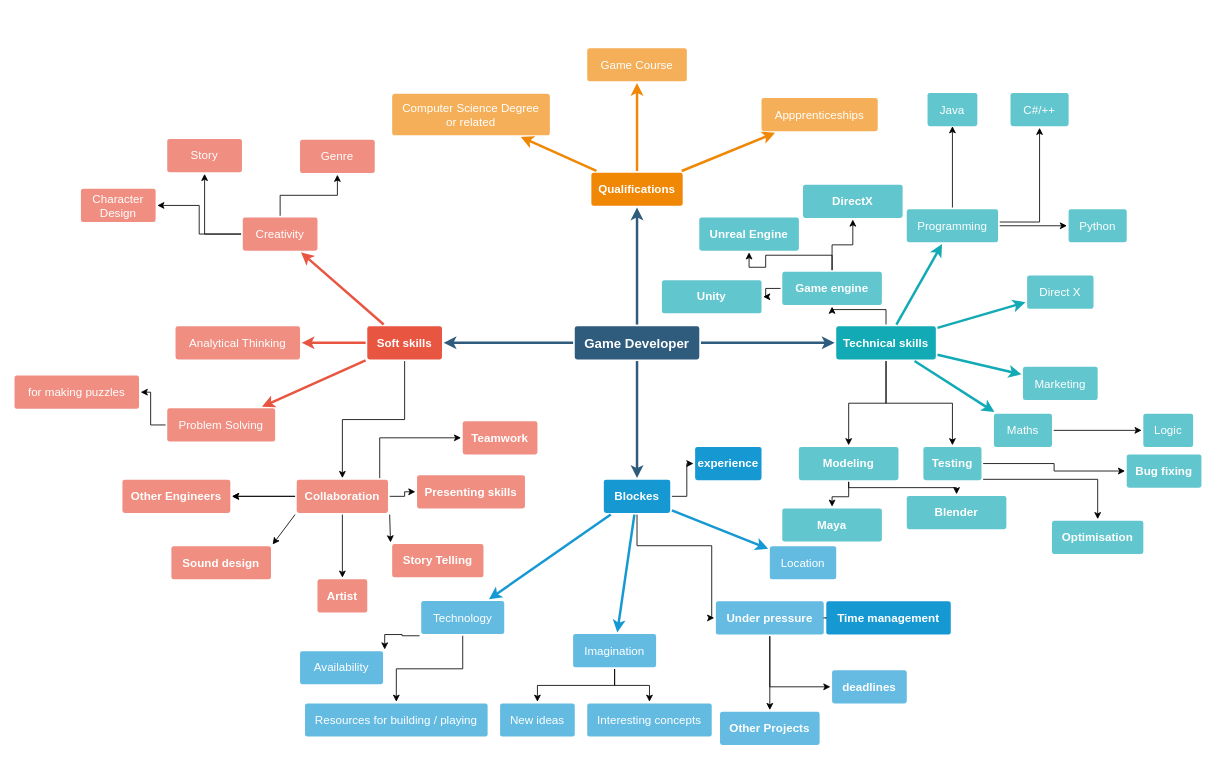
Earlier version of the draw.io diagram Week 8.drawio (luotn/CN6007). Source tidied: cells renumbered, new cells numbered last; positions are measured from the earlier drawing's top-left corner, leaving out a move shared by most shapes. Both pictures are drawn from the tidied source at 83%, with x=0, y=0 at pixel (14, 47).
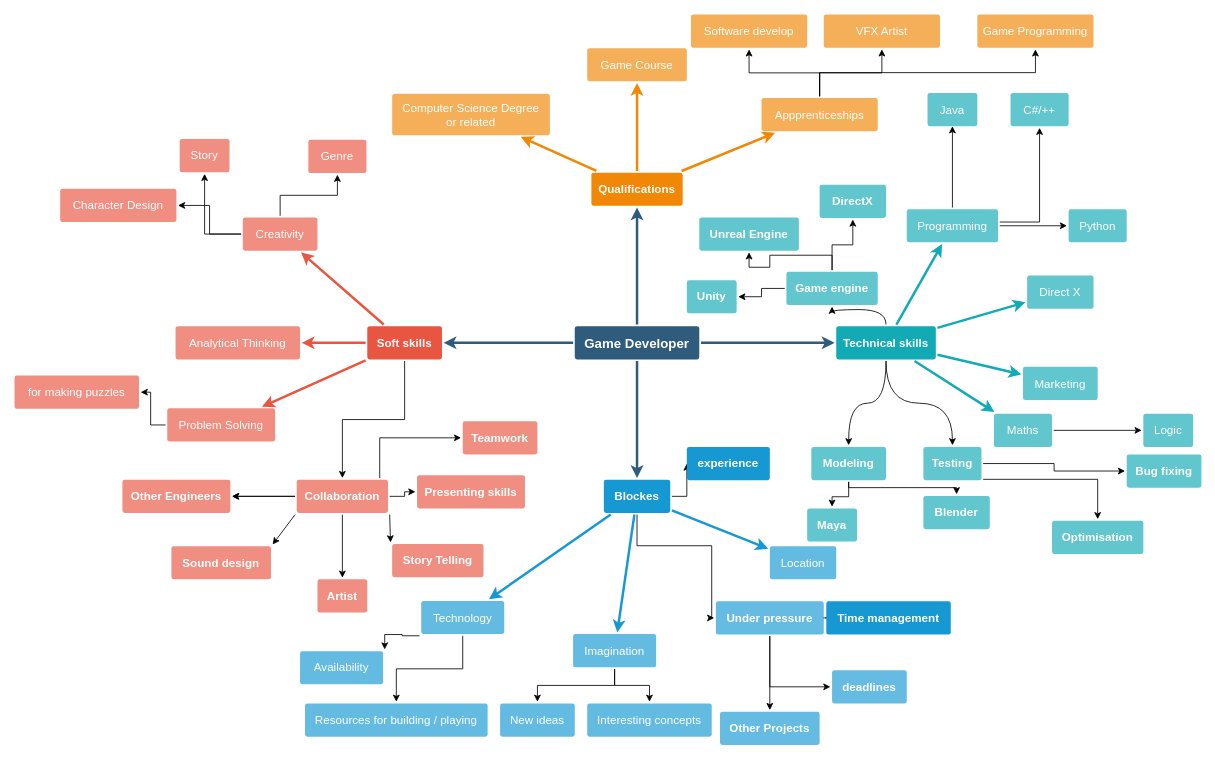
Above is the later version.

The change refers to these unchanged cells:
```xml
<mxCell id="33" value="Appprenticeships" style="rounded=1;whiteSpace=wrap;html=1;shadow=0;labelBackgroundColor=none;strokeColor=none;strokeWidth=3;fillColor=#f5af58;fontFamily=Helvetica;fontSize=14;fontColor=#FFFFFF;align=center;spacing=5;arcSize=7;perimeterSpacing=2;" parent="1" vertex="1">
  <mxGeometry x="900" y="60.5" width="140" height="40" as="geometry" />
</mxCell>
<mxCell id="42" value="Technical skills" style="rounded=1;whiteSpace=wrap;html=1;shadow=0;labelBackgroundColor=none;strokeColor=none;strokeWidth=3;fillColor=#12aab5;fontFamily=Helvetica;fontSize=14;fontColor=#FFFFFF;align=center;spacing=5;fontStyle=1;arcSize=7;perimeterSpacing=2;" parent="1" vertex="1">
  <mxGeometry x="990" y="335.5" width="120" height="40" as="geometry" />
</mxCell>
<mxCell id="76" value="Testing" style="rounded=1;whiteSpace=wrap;html=1;shadow=0;labelBackgroundColor=none;strokeColor=none;strokeWidth=3;fillColor=#61c6ce;fontFamily=Helvetica;fontSize=14;fontColor=#FFFFFF;align=center;spacing=5;fontStyle=1;arcSize=7;perimeterSpacing=2;" parent="1" vertex="1">
  <mxGeometry x="1095" y="481" width="70" height="40" as="geometry" />
</mxCell>
```

Change to the diagram source:
```diff
@@
+    <mxCell id="106" style="edgeStyle=orthogonalEdgeStyle;rounded=0;jettySize=auto;html=1;" parent="1" edge="1" source="33" target="109">
+      <mxGeometry relative="1" as="geometry" />
+    </mxCell>
+    <mxCell id="107" style="edgeStyle=orthogonalEdgeStyle;rounded=0;jettySize=auto;html=1;" parent="1" edge="1" source="33" target="110">
+      <mxGeometry relative="1" as="geometry" />
+    </mxCell>
+    <mxCell id="108" style="edgeStyle=orthogonalEdgeStyle;rounded=0;jettySize=auto;html=1;" parent="1" edge="1" source="33" target="111">
+      <mxGeometry relative="1" as="geometry">
+        <Array as="points">
+          <mxPoint x="970" y="30" />
+          <mxPoint x="1230" y="30" />
+        </Array>
+      </mxGeometry>
+    </mxCell>
@@
-    <mxCell id="39" style="edgeStyle=orthogonalEdgeStyle;rounded=0;jettySize=auto;html=1;" parent="1" edge="1" source="42" target="76">
+    <mxCell id="39" style="edgeStyle=orthogonalEdgeStyle;rounded=0;jettySize=auto;html=1;curved=1;" parent="1" edge="1" source="42" target="76">
       <mxGeometry relative="1" as="geometry" />
     </mxCell>
-    <mxCell id="40" style="edgeStyle=orthogonalEdgeStyle;rounded=0;jettySize=auto;html=1;" parent="1" edge="1" source="42" target="94">
+    <mxCell id="40" style="edgeStyle=orthogonalEdgeStyle;rounded=0;jettySize=auto;html=1;curved=1;" parent="1" edge="1" source="42" target="94">
       <mxGeometry relative="1" as="geometry" />
     </mxCell>
-    <mxCell id="41" style="edgeStyle=orthogonalEdgeStyle;rounded=0;jettySize=auto;html=1;" parent="1" edge="1" source="42" target="100">
+    <mxCell id="41" style="edgeStyle=orthogonalEdgeStyle;rounded=0;jettySize=auto;html=1;curved=1;" parent="1" edge="1" source="42" target="100">
       <mxGeometry relative="1" as="geometry" />
     </mxCell>
@@
     <mxCell id="90" value="experience" style="rounded=1;whiteSpace=wrap;html=1;shadow=0;labelBackgroundColor=none;strokeColor=none;strokeWidth=3;fillColor=#1699d3;fontFamily=Helvetica;fontSize=14;fontColor=#FFFFFF;align=center;spacing=5;fontStyle=1;arcSize=7;perimeterSpacing=2;" parent="1" vertex="1">
-      <mxGeometry x="820" y="481" width="80" height="40" as="geometry" />
+      <mxGeometry x="810" y="481" width="100" height="40" as="geometry" />
     </mxCell>
@@
     <mxCell id="94" value="Game engine" style="rounded=1;whiteSpace=wrap;html=1;shadow=0;labelBackgroundColor=none;strokeColor=none;strokeWidth=3;fillColor=#61c6ce;fontFamily=Helvetica;fontSize=14;fontColor=#FFFFFF;align=center;spacing=5;fontStyle=1;arcSize=7;perimeterSpacing=2;" parent="1" vertex="1">
-      <mxGeometry x="925" y="270" width="120" height="40" as="geometry" />
+      <mxGeometry x="930" y="270" width="110" height="40" as="geometry" />
     </mxCell>
     <mxCell id="95" value="DirectX" style="rounded=1;whiteSpace=wrap;html=1;shadow=0;labelBackgroundColor=none;strokeColor=none;strokeWidth=3;fillColor=#61c6ce;fontFamily=Helvetica;fontSize=14;fontColor=#FFFFFF;align=center;spacing=5;fontStyle=1;arcSize=7;perimeterSpacing=2;" parent="1" vertex="1">
-      <mxGeometry x="950" y="165" width="120" height="40" as="geometry" />
+      <mxGeometry x="970" y="165" width="80" height="40" as="geometry" />
     </mxCell>
@@
     <mxCell id="97" value="Unity" style="rounded=1;whiteSpace=wrap;html=1;shadow=0;labelBackgroundColor=none;strokeColor=none;strokeWidth=3;fillColor=#61c6ce;fontFamily=Helvetica;fontSize=14;fontColor=#FFFFFF;align=center;spacing=5;fontStyle=1;arcSize=7;perimeterSpacing=2;" parent="1" vertex="1">
-      <mxGeometry x="780" y="280" width="120" height="40" as="geometry" />
+      <mxGeometry x="810" y="280" width="60" height="40" as="geometry" />
     </mxCell>
@@
     <mxCell id="100" value="Modeling" style="rounded=1;whiteSpace=wrap;html=1;shadow=0;labelBackgroundColor=none;strokeColor=none;strokeWidth=3;fillColor=#61c6ce;fontFamily=Helvetica;fontSize=14;fontColor=#FFFFFF;align=center;spacing=5;fontStyle=1;arcSize=7;perimeterSpacing=2;" parent="1" vertex="1">
-      <mxGeometry x="945" y="481" width="120" height="40" as="geometry" />
+      <mxGeometry x="960" y="481" width="90" height="40" as="geometry" />
     </mxCell>
     <mxCell id="101" value="Blender" style="rounded=1;whiteSpace=wrap;html=1;shadow=0;labelBackgroundColor=none;strokeColor=none;strokeWidth=3;fillColor=#61c6ce;fontFamily=Helvetica;fontSize=14;fontColor=#FFFFFF;align=center;spacing=5;fontStyle=1;arcSize=7;perimeterSpacing=2;" parent="1" vertex="1">
-      <mxGeometry x="1075" y="540" width="120" height="40" as="geometry" />
+      <mxGeometry x="1095" y="540" width="80" height="40" as="geometry" />
     </mxCell>
     <mxCell id="102" value="Maya" style="rounded=1;whiteSpace=wrap;html=1;shadow=0;labelBackgroundColor=none;strokeColor=none;strokeWidth=3;fillColor=#61c6ce;fontFamily=Helvetica;fontSize=14;fontColor=#FFFFFF;align=center;spacing=5;fontStyle=1;arcSize=7;perimeterSpacing=2;" parent="1" vertex="1">
-      <mxGeometry x="925" y="555" width="120" height="40" as="geometry" />
+      <mxGeometry x="955" y="555" width="60" height="40" as="geometry" />
     </mxCell>
     <mxCell id="103" value="Genre" style="rounded=1;whiteSpace=wrap;html=1;shadow=0;labelBackgroundColor=none;strokeColor=none;strokeWidth=3;fillColor=#f08e81;fontFamily=Helvetica;fontSize=14;fontColor=#FFFFFF;align=center;spacing=5;fontStyle=0;arcSize=7;perimeterSpacing=2;" parent="1" vertex="1">
-      <mxGeometry x="344" y="111" width="90" height="40" as="geometry" />
+      <mxGeometry x="354" y="111" width="70" height="40" as="geometry" />
     </mxCell>
     <mxCell id="104" value="Story" style="rounded=1;whiteSpace=wrap;html=1;shadow=0;labelBackgroundColor=none;strokeColor=none;strokeWidth=3;fillColor=#f08e81;fontFamily=Helvetica;fontSize=14;fontColor=#FFFFFF;align=center;spacing=5;fontStyle=0;arcSize=7;perimeterSpacing=2;" parent="1" vertex="1">
-      <mxGeometry x="184" y="110" width="90" height="40" as="geometry" />
+      <mxGeometry x="199" y="110" width="60" height="40" as="geometry" />
     </mxCell>
     <mxCell id="105" value="Character Design" style="rounded=1;whiteSpace=wrap;html=1;shadow=0;labelBackgroundColor=none;strokeColor=none;strokeWidth=3;fillColor=#f08e81;fontFamily=Helvetica;fontSize=14;fontColor=#FFFFFF;align=center;spacing=5;fontStyle=0;arcSize=7;perimeterSpacing=2;" parent="1" vertex="1">
-      <mxGeometry x="80" y="170" width="90" height="40" as="geometry" />
+      <mxGeometry x="55" y="170" width="140" height="40" as="geometry" />
     </mxCell>
+    <mxCell id="109" value="Software develop" style="rounded=1;whiteSpace=wrap;html=1;shadow=0;labelBackgroundColor=none;strokeColor=none;strokeWidth=3;fillColor=#f5af58;fontFamily=Helvetica;fontSize=14;fontColor=#FFFFFF;align=center;spacing=5;arcSize=7;perimeterSpacing=2;" parent="1" vertex="1">
+      <mxGeometry x="815" y="-40" width="140" height="40" as="geometry" />
+    </mxCell>
+    <mxCell id="110" value="VFX Artist" style="rounded=1;whiteSpace=wrap;html=1;shadow=0;labelBackgroundColor=none;strokeColor=none;strokeWidth=3;fillColor=#f5af58;fontFamily=Helvetica;fontSize=14;fontColor=#FFFFFF;align=center;spacing=5;arcSize=7;perimeterSpacing=2;" parent="1" vertex="1">
+      <mxGeometry x="975" y="-40" width="140" height="40" as="geometry" />
+    </mxCell>
+    <mxCell id="111" value="Game Programming" style="rounded=1;whiteSpace=wrap;html=1;shadow=0;labelBackgroundColor=none;strokeColor=none;strokeWidth=3;fillColor=#f5af58;fontFamily=Helvetica;fontSize=14;fontColor=#FFFFFF;align=center;spacing=5;arcSize=7;perimeterSpacing=2;" parent="1" vertex="1">
+      <mxGeometry x="1160" y="-40" width="140" height="40" as="geometry" />
+    </mxCell>
```
